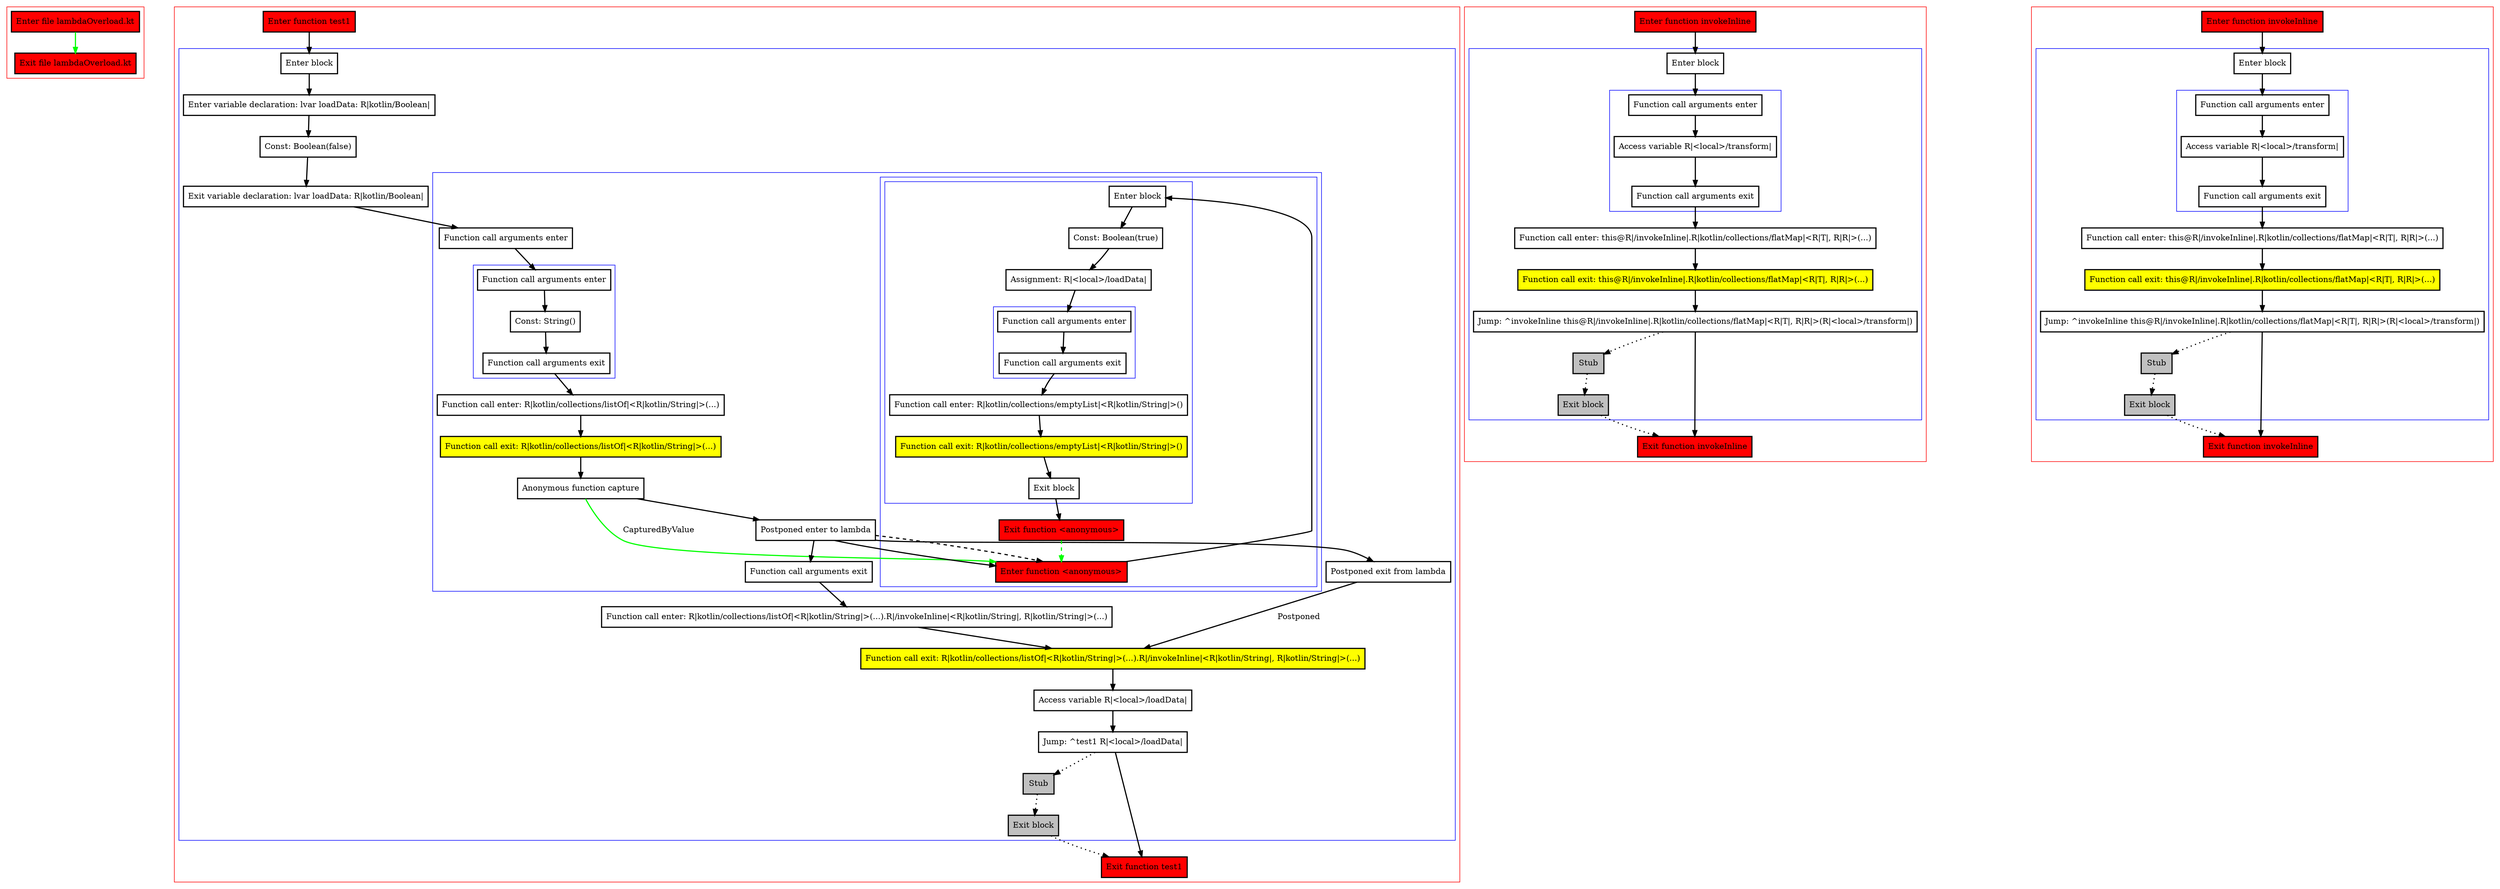
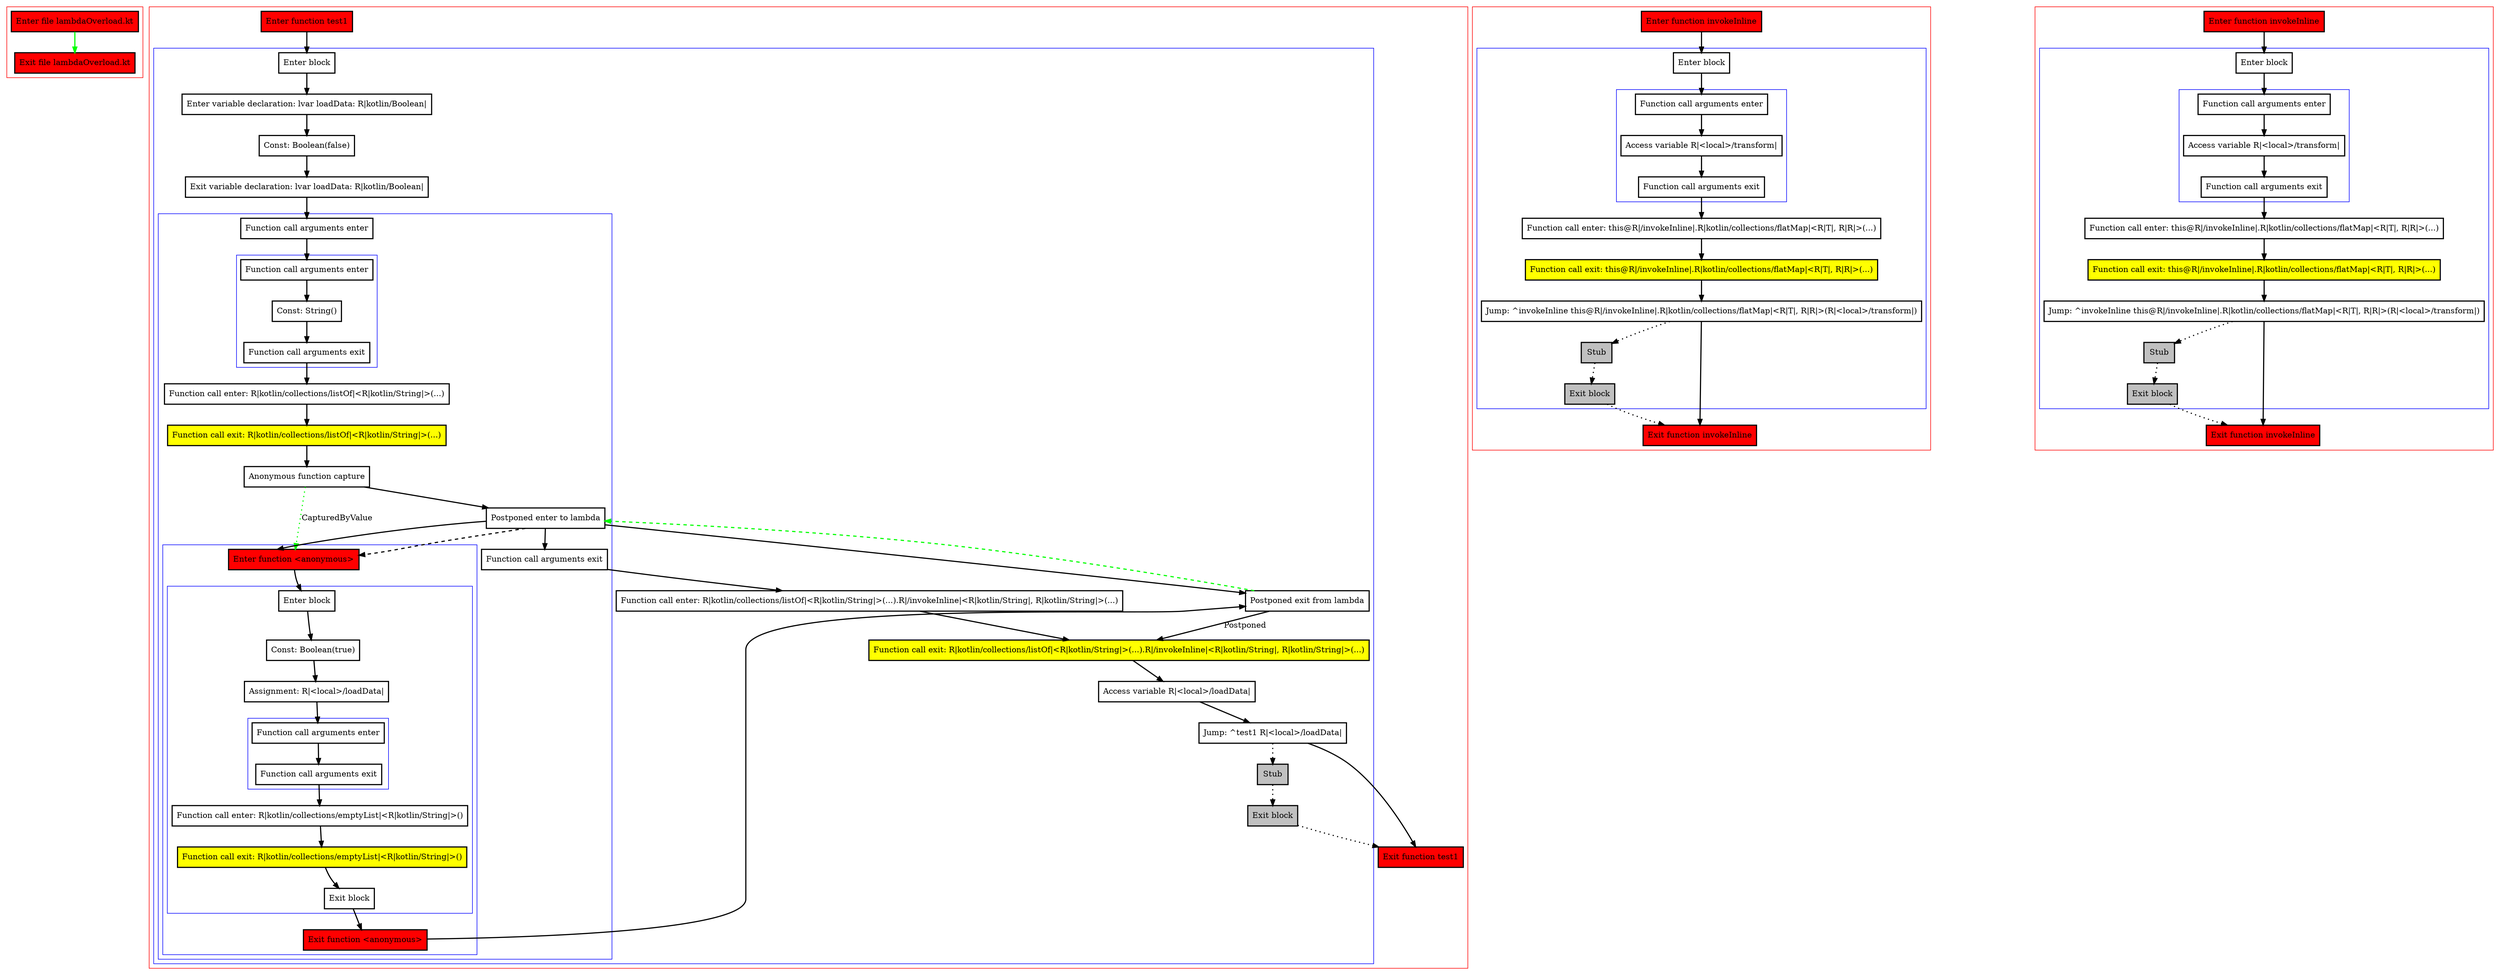
digraph lambdaOverload_kt {
    graph [nodesep=3]
    node [shape=box penwidth=2]
    edge [penwidth=2]

    subgraph cluster_0 {
        color=red
        0 [label="Enter file lambdaOverload.kt" style="filled" fillcolor=red];
        1 [label="Exit file lambdaOverload.kt" style="filled" fillcolor=red];
    }
    0 -> {1} [color=green];

    subgraph cluster_1 {
        color=red
        2 [label="Enter function test1" style="filled" fillcolor=red];
        subgraph cluster_2 {
            color=blue
            3 [label="Enter block"];
            4 [label="Enter variable declaration: lvar loadData: R|kotlin/Boolean|"];
            5 [label="Const: Boolean(false)"];
            6 [label="Exit variable declaration: lvar loadData: R|kotlin/Boolean|"];
            subgraph cluster_3 {
                color=blue
                7 [label="Function call arguments enter"];
                subgraph cluster_4 {
                    color=blue
                    8 [label="Function call arguments enter"];
                    9 [label="Const: String()"];
                    10 [label="Function call arguments exit"];
                }
                11 [label="Function call enter: R|kotlin/collections/listOf|<R|kotlin/String|>(...)"];
                12 [label="Function call exit: R|kotlin/collections/listOf|<R|kotlin/String|>(...)" style="filled" fillcolor=yellow];
                13 [label="Anonymous function capture"];
                14 [label="Postponed enter to lambda"];
                subgraph cluster_5 {
                    color=blue
                    15 [label="Enter function <anonymous>" style="filled" fillcolor=red];
                    subgraph cluster_6 {
                        color=blue
                        16 [label="Enter block"];
                        17 [label="Const: Boolean(true)"];
                        18 [label="Assignment: R|<local>/loadData|"];
                        subgraph cluster_7 {
                            color=blue
                            19 [label="Function call arguments enter"];
                            20 [label="Function call arguments exit"];
                        }
                        21 [label="Function call enter: R|kotlin/collections/emptyList|<R|kotlin/String|>()"];
                        22 [label="Function call exit: R|kotlin/collections/emptyList|<R|kotlin/String|>()" style="filled" fillcolor=yellow];
                        23 [label="Exit block"];
                    }
                    24 [label="Exit function <anonymous>" style="filled" fillcolor=red];
                }
                25 [label="Function call arguments exit"];
            }
            26 [label="Function call enter: R|kotlin/collections/listOf|<R|kotlin/String|>(...).R|/invokeInline|<R|kotlin/String|, R|kotlin/String|>(...)"];
            27 [label="Postponed exit from lambda"];
            28 [label="Function call exit: R|kotlin/collections/listOf|<R|kotlin/String|>(...).R|/invokeInline|<R|kotlin/String|, R|kotlin/String|>(...)" style="filled" fillcolor=yellow];
            29 [label="Access variable R|<local>/loadData|"];
            30 [label="Jump: ^test1 R|<local>/loadData|"];
            31 [label="Stub" style="filled" fillcolor=gray];
            32 [label="Exit block" style="filled" fillcolor=gray];
        }
        33 [label="Exit function test1" style="filled" fillcolor=red];
    }
    2 -> {3};
    3 -> {4};
    4 -> {5};
    5 -> {6};
    6 -> {7};
    7 -> {8};
    8 -> {9};
    9 -> {10};
    10 -> {11};
    11 -> {12};
    12 -> {13};
    13 -> {14};
-     13 -> {15} [color=green label="CapturedByValue"];
+     13 -> {15} [color=green style=dotted label="CapturedByValue"];
    14 -> {15 25 27};
    14 -> {15} [style=dashed];
    15 -> {16};
    16 -> {17};
    17 -> {18};
    18 -> {19};
    19 -> {20};
    20 -> {21};
    21 -> {22};
    22 -> {23};
    23 -> {24};
-     24 -> {15} [color=green style=dashed];
+     24 -> {27};
    25 -> {26};
    26 -> {28};
+     27 -> {14} [color=green style=dashed];
    27 -> {28} [label="Postponed"];
    28 -> {29};
    29 -> {30};
    30 -> {33};
    30 -> {31} [style=dotted];
    31 -> {32} [style=dotted];
    32 -> {33} [style=dotted];

    subgraph cluster_8 {
        color=red
        34 [label="Enter function invokeInline" style="filled" fillcolor=red];
        subgraph cluster_9 {
            color=blue
            35 [label="Enter block"];
            subgraph cluster_10 {
                color=blue
                36 [label="Function call arguments enter"];
                37 [label="Access variable R|<local>/transform|"];
                38 [label="Function call arguments exit"];
            }
            39 [label="Function call enter: this@R|/invokeInline|.R|kotlin/collections/flatMap|<R|T|, R|R|>(...)"];
            40 [label="Function call exit: this@R|/invokeInline|.R|kotlin/collections/flatMap|<R|T|, R|R|>(...)" style="filled" fillcolor=yellow];
            41 [label="Jump: ^invokeInline this@R|/invokeInline|.R|kotlin/collections/flatMap|<R|T|, R|R|>(R|<local>/transform|)"];
            42 [label="Stub" style="filled" fillcolor=gray];
            43 [label="Exit block" style="filled" fillcolor=gray];
        }
        44 [label="Exit function invokeInline" style="filled" fillcolor=red];
    }
    34 -> {35};
    35 -> {36};
    36 -> {37};
    37 -> {38};
    38 -> {39};
    39 -> {40};
    40 -> {41};
    41 -> {44};
    41 -> {42} [style=dotted];
    42 -> {43} [style=dotted];
    43 -> {44} [style=dotted];

    subgraph cluster_11 {
        color=red
        45 [label="Enter function invokeInline" style="filled" fillcolor=red];
        subgraph cluster_12 {
            color=blue
            46 [label="Enter block"];
            subgraph cluster_13 {
                color=blue
                47 [label="Function call arguments enter"];
                48 [label="Access variable R|<local>/transform|"];
                49 [label="Function call arguments exit"];
            }
            50 [label="Function call enter: this@R|/invokeInline|.R|kotlin/collections/flatMap|<R|T|, R|R|>(...)"];
            51 [label="Function call exit: this@R|/invokeInline|.R|kotlin/collections/flatMap|<R|T|, R|R|>(...)" style="filled" fillcolor=yellow];
            52 [label="Jump: ^invokeInline this@R|/invokeInline|.R|kotlin/collections/flatMap|<R|T|, R|R|>(R|<local>/transform|)"];
            53 [label="Stub" style="filled" fillcolor=gray];
            54 [label="Exit block" style="filled" fillcolor=gray];
        }
        55 [label="Exit function invokeInline" style="filled" fillcolor=red];
    }
    45 -> {46};
    46 -> {47};
    47 -> {48};
    48 -> {49};
    49 -> {50};
    50 -> {51};
    51 -> {52};
    52 -> {55};
    52 -> {53} [style=dotted];
    53 -> {54} [style=dotted];
    54 -> {55} [style=dotted];

}
